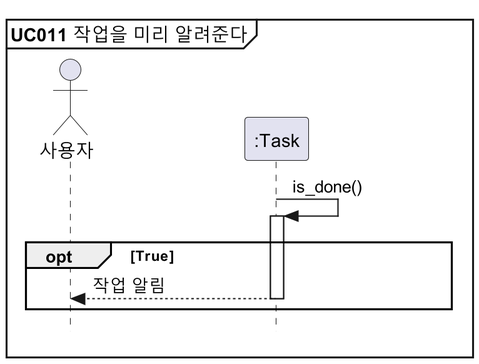
This is docs/설계명세서/images/seq_diag/uc011.png from parkchamchi/SoftwareEngineering2023, a PlantUML export, as it was before one commit.
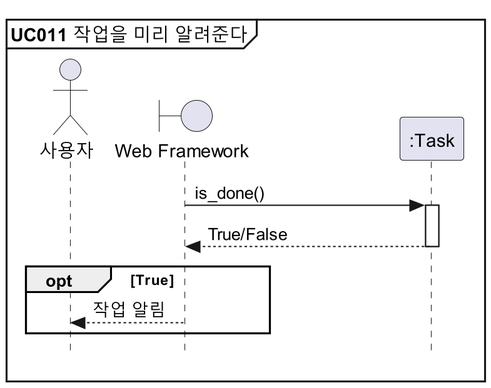
The same file after the commit.

What changed in the source:
```diff
@@ -3,13 +3,14 @@
 
 mainframe **UC011** 작업을 미리 알려준다
 
-actor 사용자
+!includesub style.puml!PARTICIPANTS
 participant ":Task" as Task
 
-Task -> Task : is_done()
+view -> Task : is_done()
+Task --> view : True/False
 
 opt True
-	Task --> 사용자 : 작업 알림
+	view --> 사용자 : 작업 알림
 end
 
 @enduml
```
